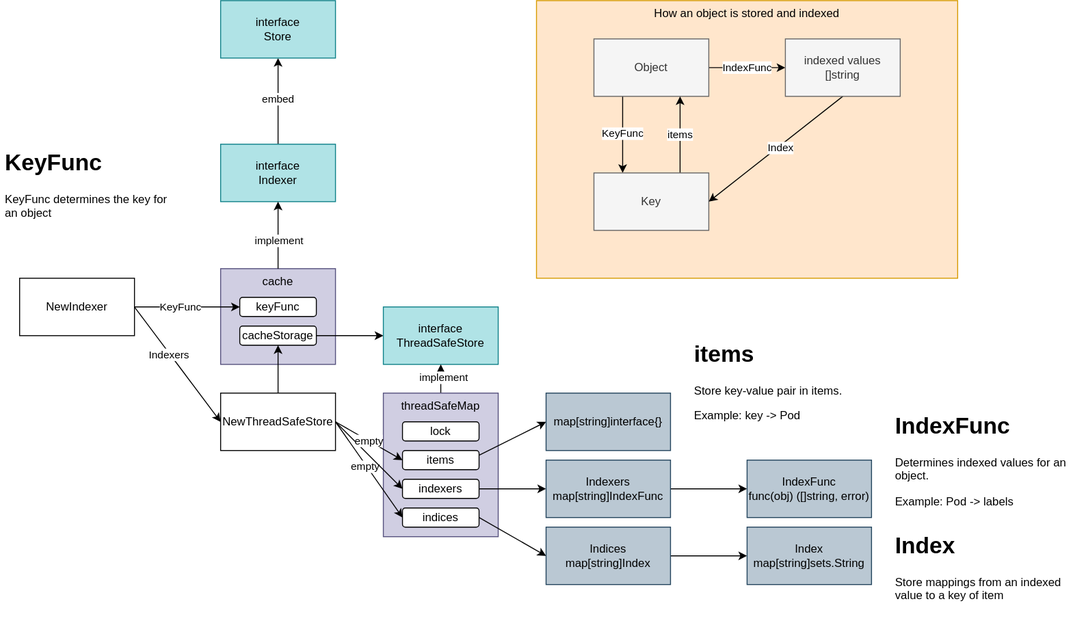
Earlier version of the draw.io export contents/kubernetes-operator/client-go/indexer/indexer.drawio.svg (nakamasato/kubernetes-training). Source tidied: cells renumbered, new cells last; positions are measured from the earlier drawing's top-left corner, leaving out a move shared by most shapes.
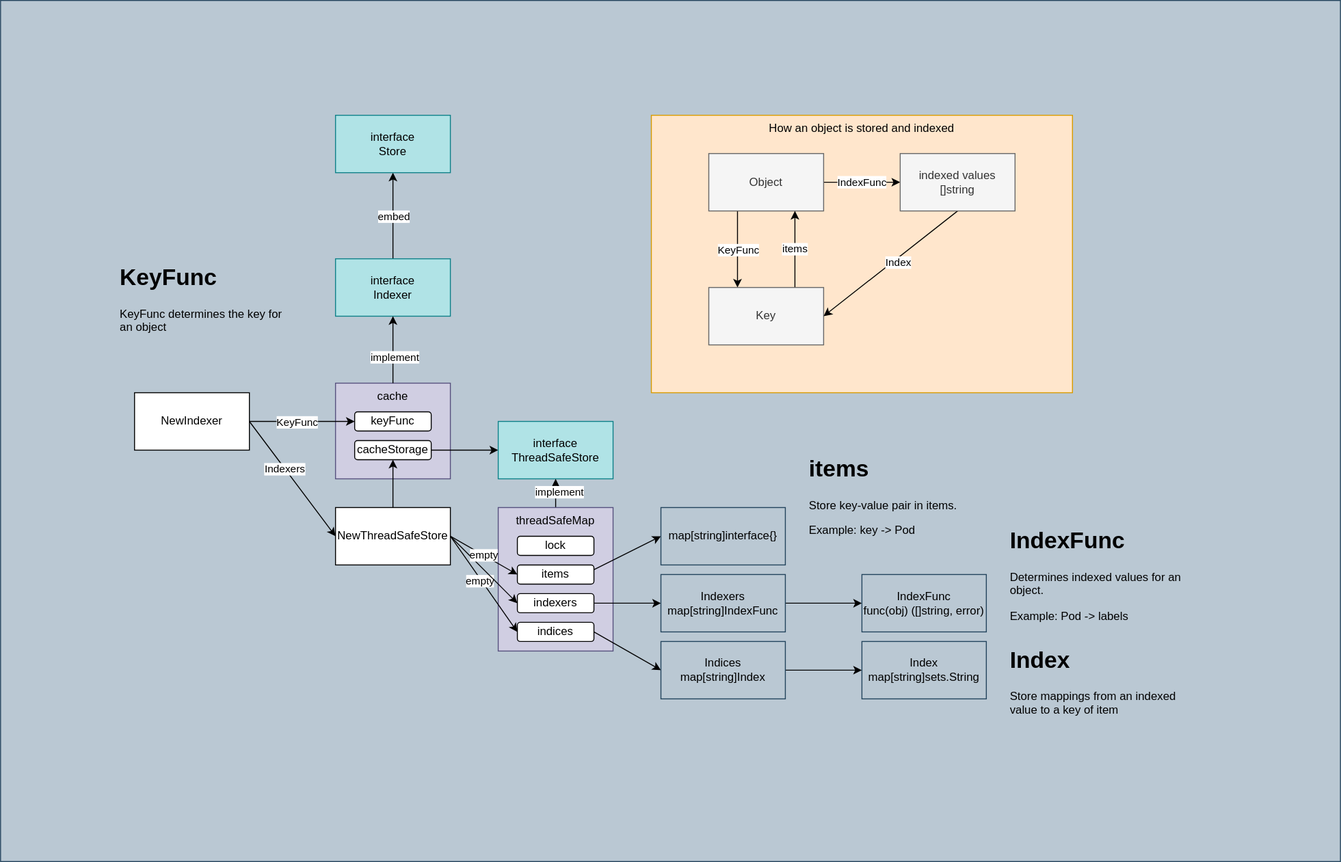
The same diagram one commit later.

The edit, as a diff of the source:
```diff
@@ -2,6 +2,9 @@
   <root>
     <mxCell id="0" />
     <mxCell id="1" parent="0" />
+    <mxCell id="55" style="rounded=0;whiteSpace=wrap;html=1;fillColor=#bac8d3;strokeColor=#23445d;" parent="1" vertex="1">
+      <mxGeometry x="-120" y="-120" width="1400" height="900" as="geometry" />
+    </mxCell>
     <mxCell id="2" value="How an object is stored and indexed" style="rounded=0;whiteSpace=wrap;html=1;fillColor=#ffe6cc;strokeColor=#d79b00;verticalAlign=top;" parent="1" vertex="1">
       <mxGeometry x="560" width="440" height="290" as="geometry" />
     </mxCell>
```
